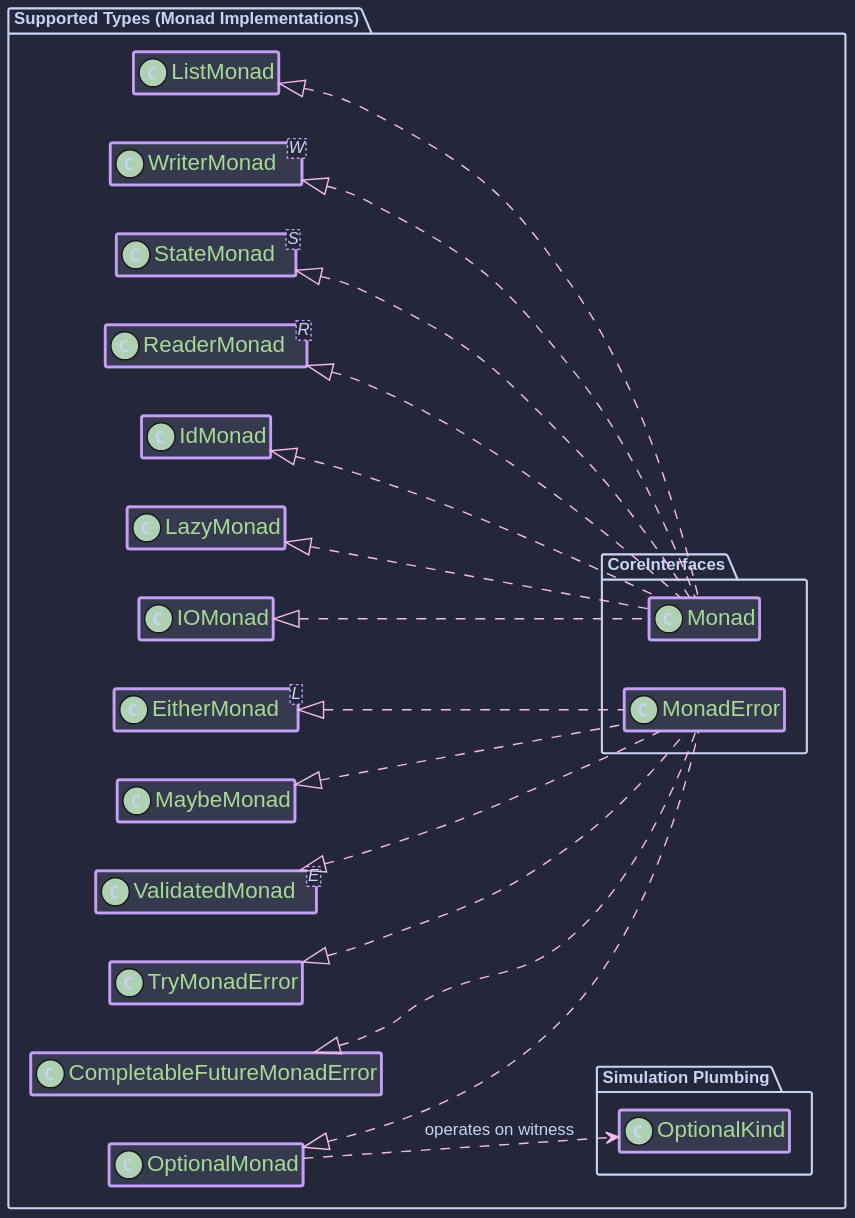
Earlier version of the PlantUML export hkj-book/src/images/puml/supported_types.svg (higher-kinded-j/higher-kinded-j).
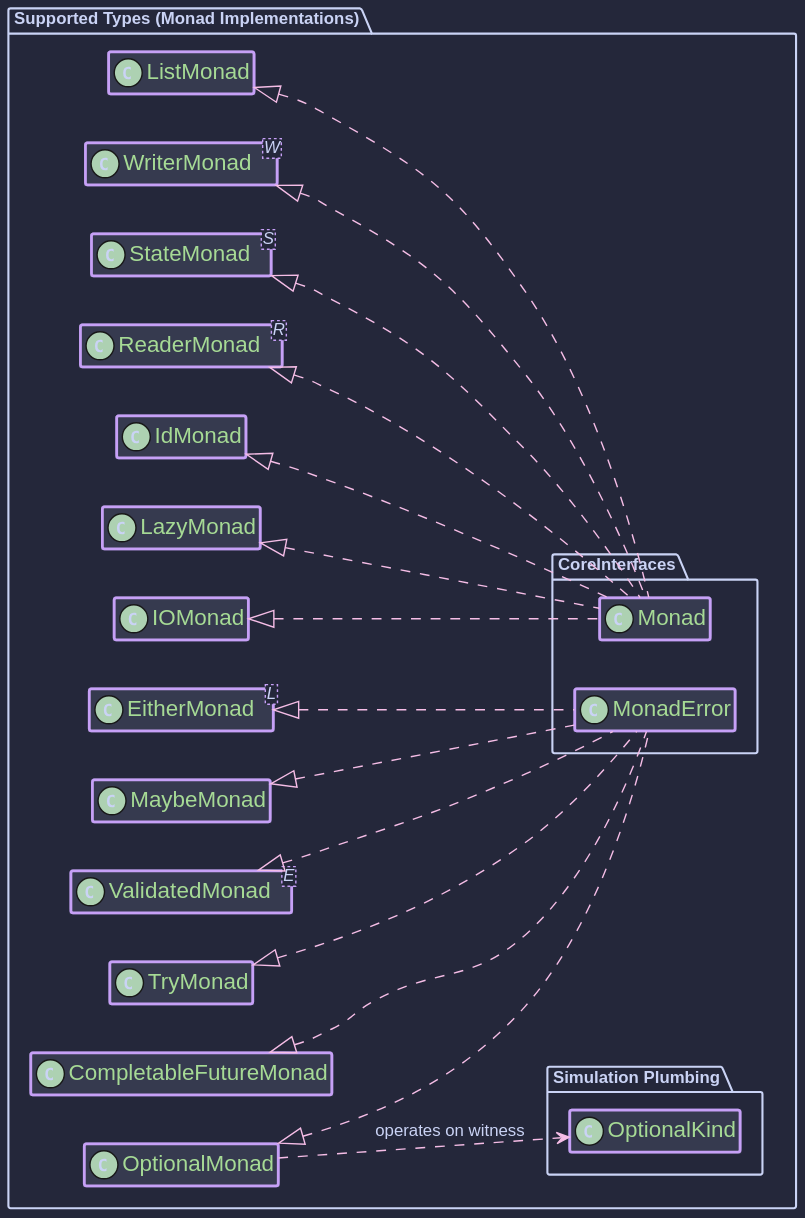
The same diagram one commit later.

What changed in the source:
```diff
@@ -9,8 +9,8 @@
     class OptionalMonad
     class MaybeMonad
     class "EitherMonad<L>" as EitherMonad
-    class CompletableFutureMonadError
-    class TryMonadError
+    class CompletableFutureMonad
+    class TryMonad
     class IOMonad
     class LazyMonad
     class IdMonad
@@ -23,8 +23,8 @@
     OptionalMonad <|.. CoreInterfaces.MonadError
     MaybeMonad <|.. CoreInterfaces.MonadError
     EitherMonad <|.. CoreInterfaces.MonadError
-    CompletableFutureMonadError <|.. CoreInterfaces.MonadError
-    TryMonadError <|.. CoreInterfaces.MonadError
+    CompletableFutureMonad <|.. CoreInterfaces.MonadError
+    TryMonad <|.. CoreInterfaces.MonadError
     ValidatedMonad <|.. CoreInterfaces.MonadError
     IdMonad <|.. CoreInterfaces.Monad
     IOMonad <|.. CoreInterfaces.Monad
```
